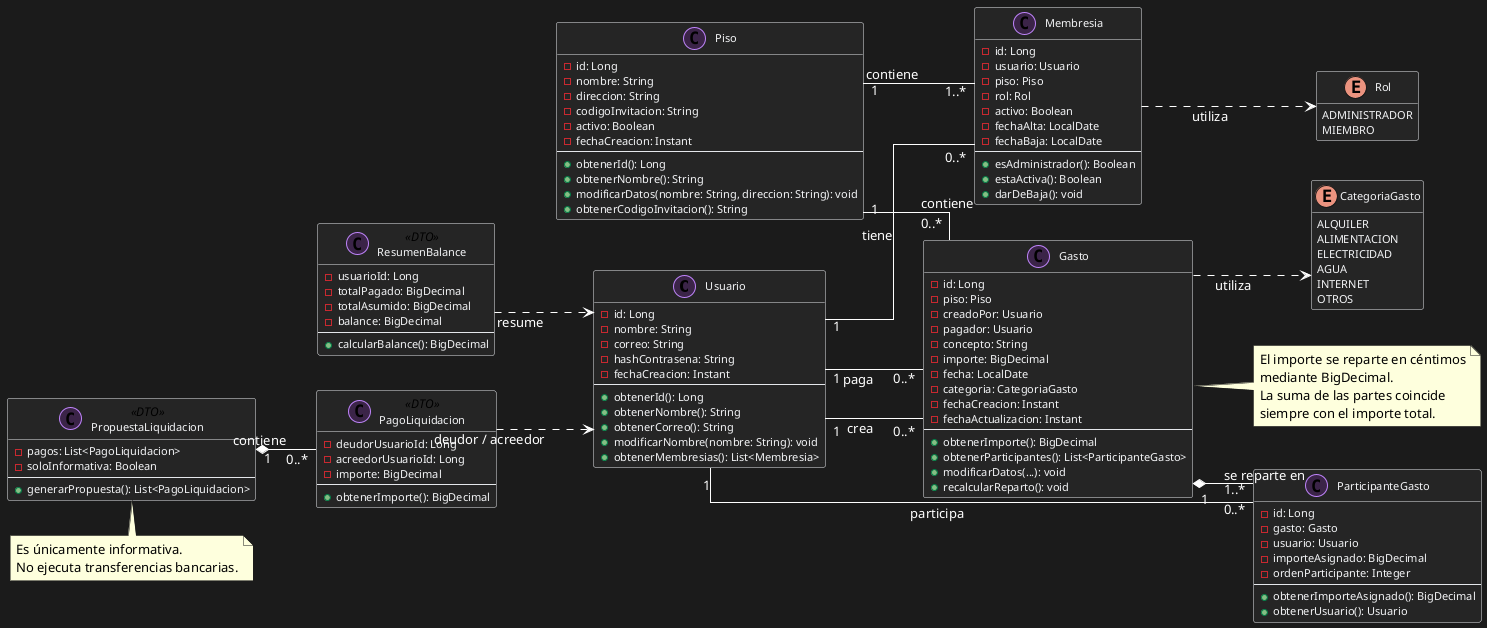
Earlier version of the PlantUML export docs/diagrama-clases-convive-es.png (Adrianespmat/CONVIVE).
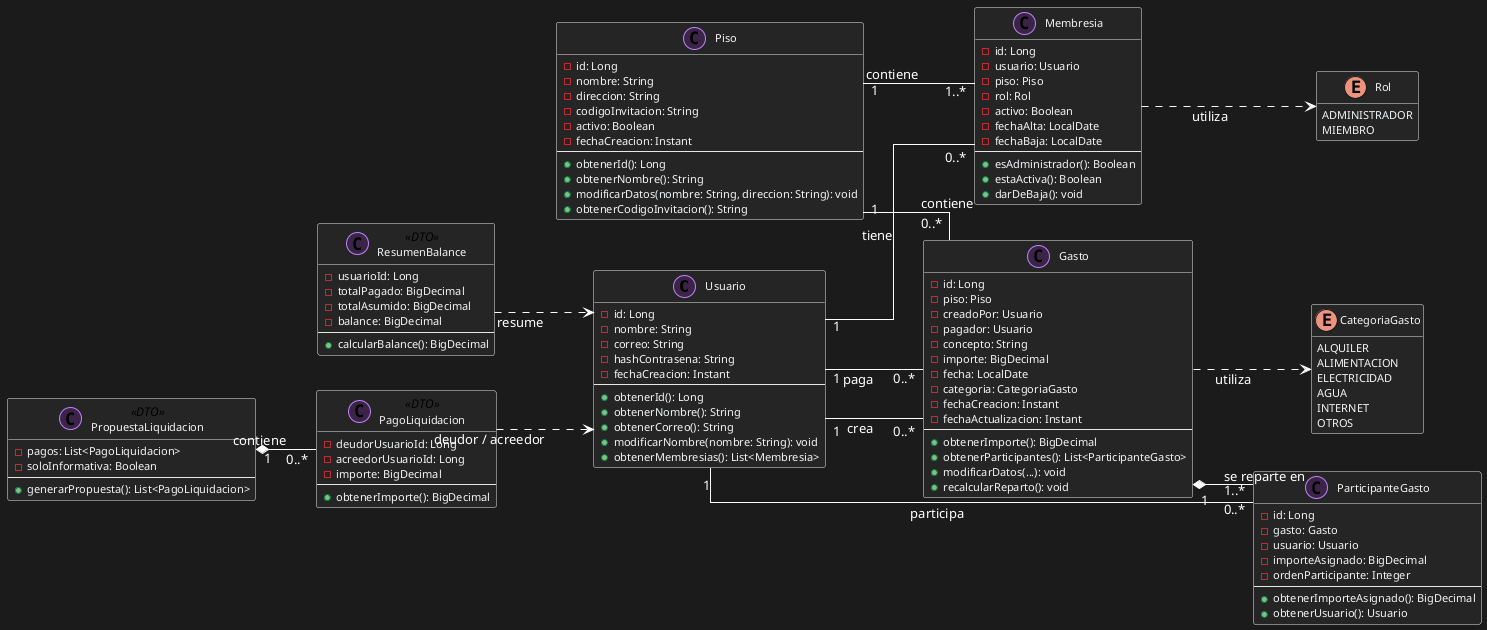
Later version of the same file.

Commit message:
docs: eliminar comentarios del diagrama de clases

Diff of the diagram source:
```diff
@@ -139,16 +139,4 @@
 ResumenBalance ..> Usuario : resume
 PropuestaLiquidacion "1" *-- "0..*" PagoLiquidacion : contiene
 PagoLiquidacion ..> Usuario : deudor / acreedor
-
-note right of Gasto
-  El importe se reparte en céntimos
-  mediante BigDecimal.
-  La suma de las partes coincide
-  siempre con el importe total.
-end note
-
-note bottom of PropuestaLiquidacion
-  Es únicamente informativa.
-  No ejecuta transferencias bancarias.
-end note
 @enduml
```
